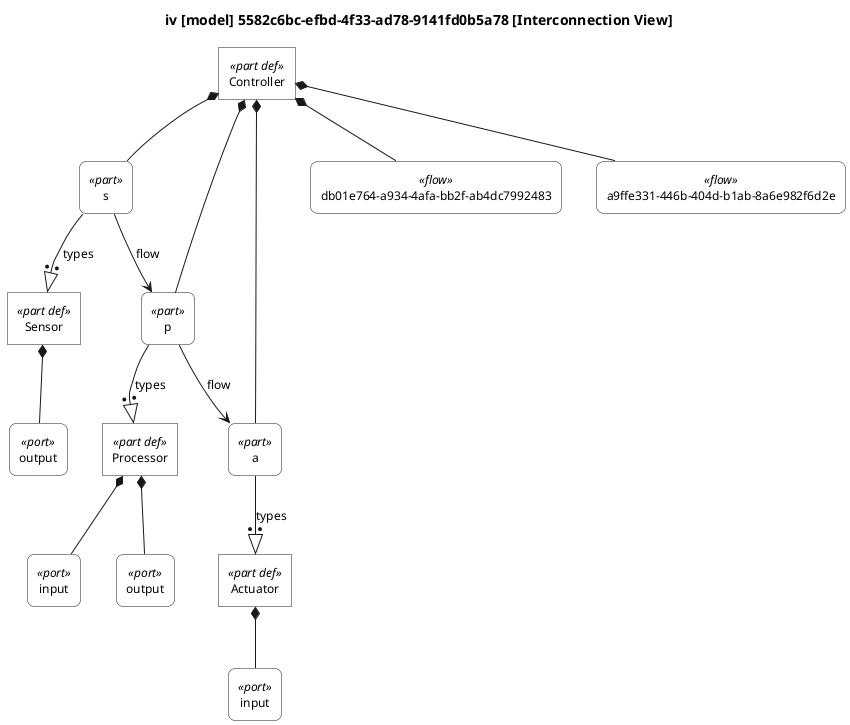
mycr0ft/sysml2py keeps this PlantUML diagram as docs/plantuml-examples/06-interconnection.png. Above is the earlier version.
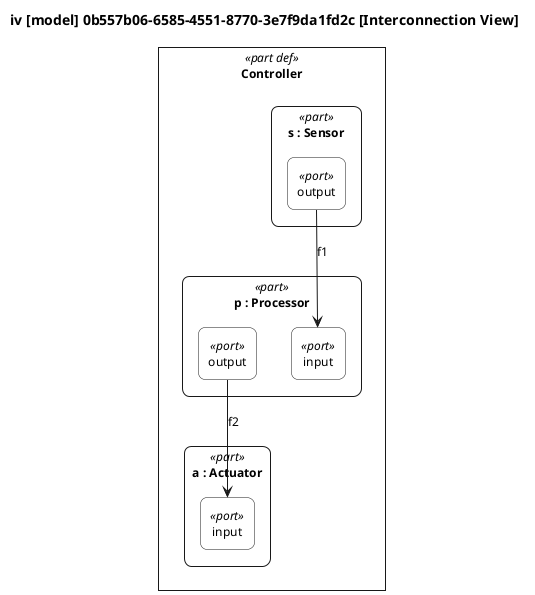
After the change.

Change to the diagram source:
```diff
@@ -64,38 +64,24 @@
 
 top to bottom direction
 
-title iv [model] 5582c6bc-efbd-4f33-ad78-9141fd0b5a78 [Interconnection View]
+title iv [model] 0b557b06-6585-4551-8770-3e7f9da1fd2c [Interconnection View]
 
 hide circle
 
-rectangle "Sensor" as E1 <<part def>>
-rectangle "output" as E2 <<port>>
-rectangle "Processor" as E3 <<part def>>
-rectangle "input" as E4 <<port>>
-rectangle "output" as E5 <<port>>
-rectangle "Actuator" as E6 <<part def>>
-rectangle "input" as E7 <<port>>
-rectangle "Controller" as E8 <<part def>>
-rectangle "s" as E9 <<part>>
-rectangle "p" as E10 <<part>>
-rectangle "a" as E11 <<part>>
-rectangle "db01e764-a934-4afa-bb2f-ab4dc7992483" as E12 <<flow>>
-rectangle "a9ffe331-446b-404d-b1ab-8a6e982f6d2e" as E13 <<flow>>
+rectangle "Controller" as E8 <<part def>> {
+    rectangle "s : Sensor" as E9 <<part>> {
+        rectangle "output" as P1 <<port>>
+    }
+    rectangle "p : Processor" as E10 <<part>> {
+        rectangle "input" as P2 <<port>>
+        rectangle "output" as P3 <<port>>
+    }
+    rectangle "a : Actuator" as E11 <<part>> {
+        rectangle "input" as P4 <<port>>
+    }
+}
 
-E1 *-- E2
-E3 *-- E4
-E3 *-- E5
-E6 *-- E7
-E8 *-- E9
-E9 --:|> E1 : types
-E8 *-- E10
-E10 --:|> E3 : types
-E8 *-- E11
-E11 --:|> E6 : types
-E8 *-- E12
-E8 *-- E13
-
-E9 --> E10 : flow
-E10 --> E11 : flow
+P1 --> P2 : f1
+P3 --> P4 : f2
 
 @enduml
```
